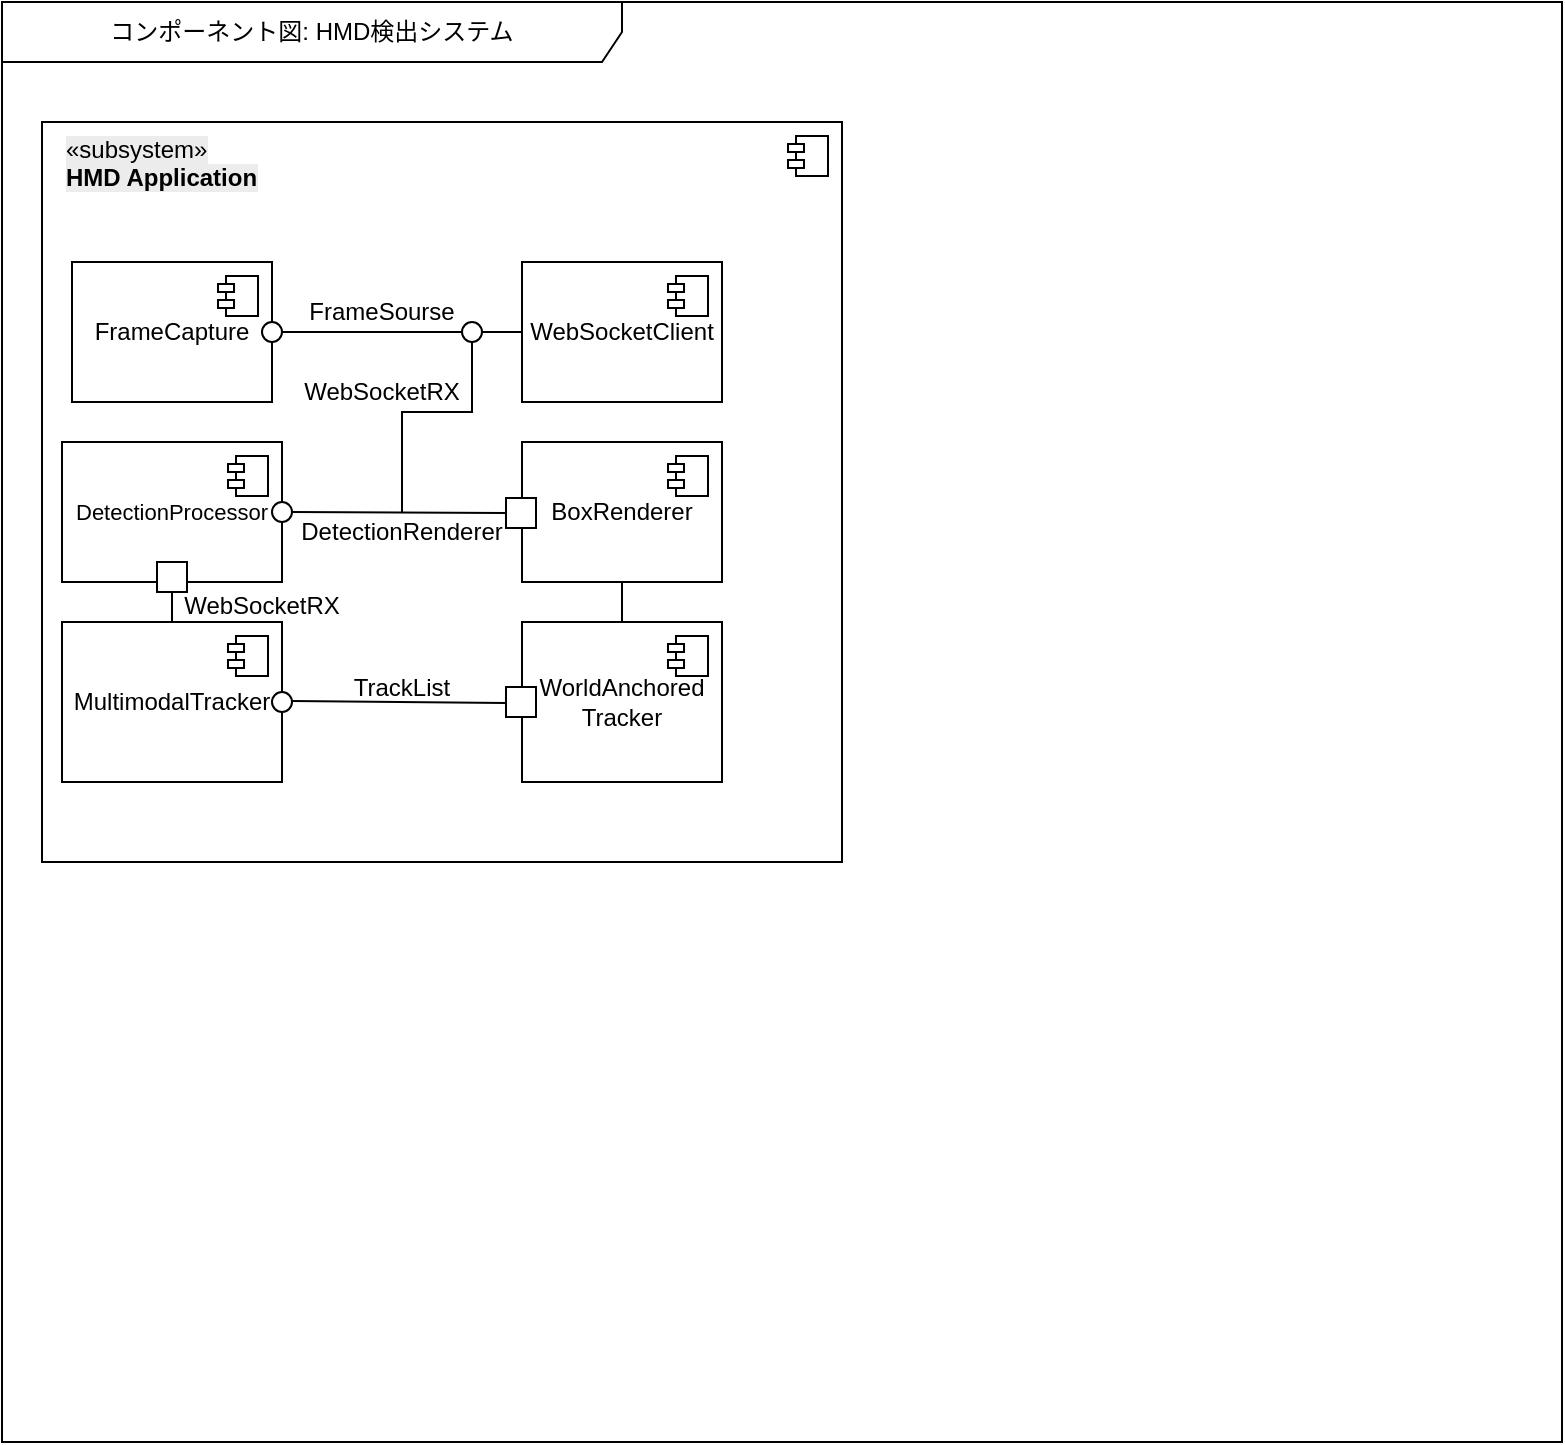
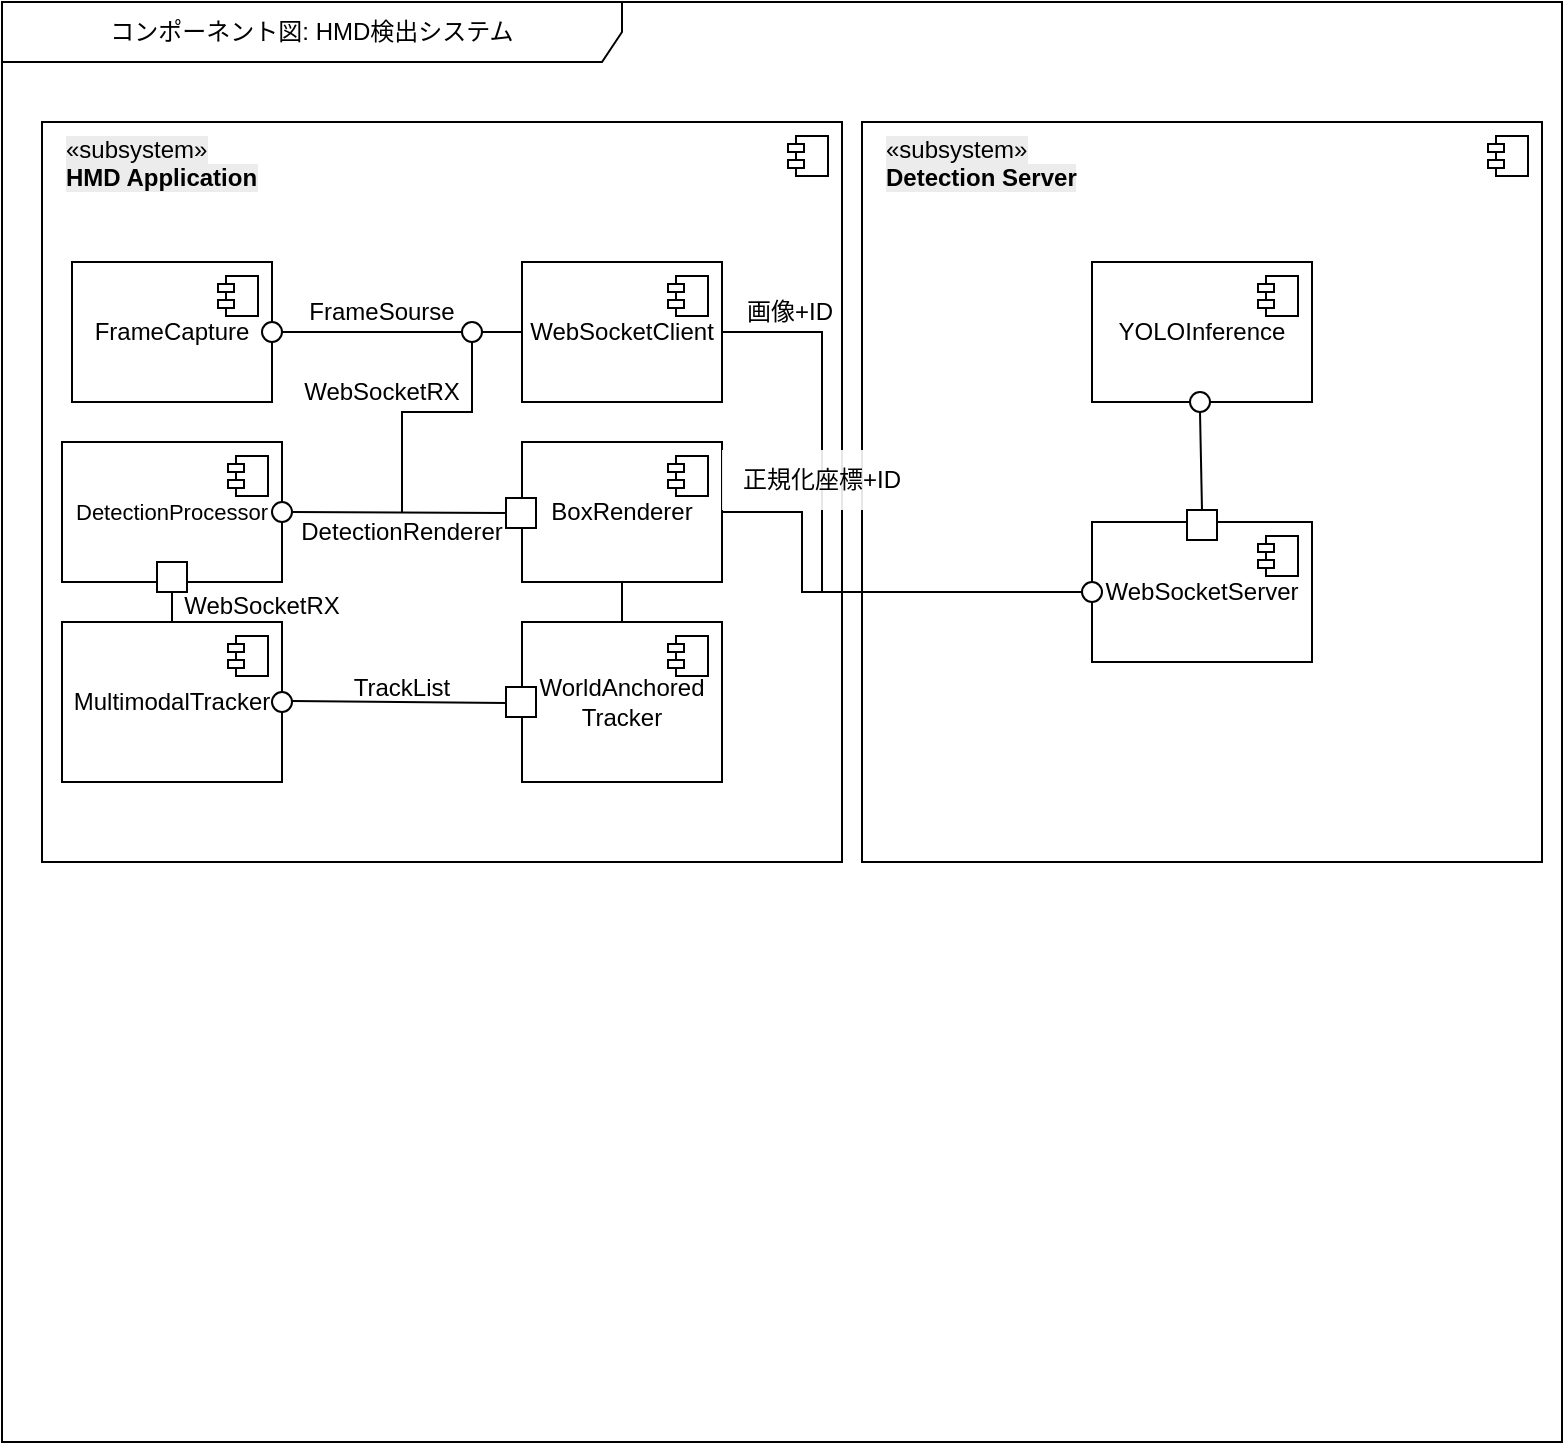
<mxfile host="app.diagrams.net">
  <diagram name="ページ-1" id="DtH6AvwE5zcW3kwFTXOg">
-     <mxGraphModel dx="970" dy="538" grid="1" gridSize="10" guides="1" tooltips="1" connect="1" arrows="1" fold="1" page="1" pageScale="1" pageWidth="827" pageHeight="1169" math="0" shadow="0">
+     <mxGraphModel dx="385" dy="214" grid="1" gridSize="10" guides="1" tooltips="1" connect="1" arrows="1" fold="1" page="1" pageScale="1" pageWidth="827" pageHeight="1169" math="0" shadow="0">
      <root>
        <mxCell id="0" />
        <mxCell id="1" parent="0" />
        <mxCell id="3QeEdlnvxezNMO2gkXxy-1" parent="1" style="shape=umlFrame;whiteSpace=wrap;html=1;pointerEvents=0;width=310;height=30;" value="コンポーネント図: HMD検出システム" vertex="1">
          <mxGeometry height="720" width="780" x="20" y="20" as="geometry" />
        </mxCell>
        <mxCell id="3QeEdlnvxezNMO2gkXxy-2" parent="1" style="html=1;dropTarget=0;whiteSpace=wrap;align=left;" value="" vertex="1">
          <mxGeometry height="370" width="400" x="40" y="80" as="geometry" />
        </mxCell>
        <mxCell id="3QeEdlnvxezNMO2gkXxy-3" parent="3QeEdlnvxezNMO2gkXxy-2" style="shape=module;jettyWidth=8;jettyHeight=4;" value="" vertex="1">
          <mxGeometry height="20" relative="1" width="20" x="1" as="geometry">
            <mxPoint x="-27" y="7" as="offset" />
          </mxGeometry>
        </mxCell>
        <mxCell id="3QeEdlnvxezNMO2gkXxy-4" parent="1" style="text;whiteSpace=wrap;html=1;" value="&lt;span&gt;&lt;span style=&quot;color: rgb(0, 0, 0); font-family: Helvetica; font-size: 12px; font-style: normal; font-variant-ligatures: normal; font-variant-caps: normal; font-weight: 400; letter-spacing: normal; orphans: 2; text-align: left; text-indent: 0px; text-transform: none; widows: 2; word-spacing: 0px; -webkit-text-stroke-width: 0px; white-space: normal; text-decoration-thickness: initial; text-decoration-style: initial; text-decoration-color: initial; float: none; display: inline !important; background-color: rgb(236, 236, 236);&quot;&gt;«subsystem»&lt;/span&gt;&lt;br style=&quot;forced-color-adjust: none; color: rgb(0, 0, 0); font-family: Helvetica; font-size: 12px; font-style: normal; font-variant-ligatures: normal; font-variant-caps: normal; font-weight: 400; letter-spacing: normal; orphans: 2; text-align: left; text-indent: 0px; text-transform: none; widows: 2; word-spacing: 0px; -webkit-text-stroke-width: 0px; white-space: normal; text-decoration-thickness: initial; text-decoration-style: initial; text-decoration-color: initial; background-color: rgb(236, 236, 236);&quot;&gt;&lt;b style=&quot;forced-color-adjust: none; color: rgb(0, 0, 0); font-family: Helvetica; font-size: 12px; font-style: normal; font-variant-ligatures: normal; font-variant-caps: normal; letter-spacing: normal; orphans: 2; text-align: left; text-indent: 0px; text-transform: none; widows: 2; word-spacing: 0px; -webkit-text-stroke-width: 0px; white-space: normal; text-decoration-thickness: initial; text-decoration-style: initial; text-decoration-color: initial; background-color: rgb(236, 236, 236);&quot;&gt;HMD Application&lt;/b&gt;&lt;/span&gt;" vertex="1">
          <mxGeometry height="50" width="130" x="50" y="80" as="geometry" />
        </mxCell>
        <mxCell id="3QeEdlnvxezNMO2gkXxy-5" parent="1" style="html=1;dropTarget=0;whiteSpace=wrap;" value="FrameCapture" vertex="1">
          <mxGeometry height="70" width="100" x="55" y="150" as="geometry" />
        </mxCell>
        <mxCell id="3QeEdlnvxezNMO2gkXxy-6" parent="3QeEdlnvxezNMO2gkXxy-5" style="shape=module;jettyWidth=8;jettyHeight=4;" value="" vertex="1">
          <mxGeometry height="20" relative="1" width="20" x="1" as="geometry">
            <mxPoint x="-27" y="7" as="offset" />
          </mxGeometry>
        </mxCell>
        <mxCell id="3QeEdlnvxezNMO2gkXxy-7" parent="1" style="html=1;dropTarget=0;whiteSpace=wrap;" value="WebSocketClient&lt;span style=&quot;color: rgba(0, 0, 0, 0); font-family: monospace; font-size: 0px; text-align: start; text-wrap-mode: nowrap;&quot;&gt;%3CmxGraphModel%3E%3Croot%3E%3CmxCell%20id%3D%220%22%2F%3E%3CmxCell%20id%3D%221%22%20parent%3D%220%22%2F%3E%3CmxCell%20id%3D%222%22%20parent%3D%221%22%20style%3D%22html%3D1%3BdropTarget%3D0%3BwhiteSpace%3Dwrap%3B%22%20value%3D%22FrameCapture%22%20vertex%3D%221%22%3E%3CmxGeometry%20height%3D%2270%22%20width%3D%22100%22%20x%3D%2250%22%20y%3D%22150%22%20as%3D%22geometry%22%2F%3E%3C%2FmxCell%3E%3CmxCell%20id%3D%223%22%20parent%3D%222%22%20style%3D%22shape%3Dmodule%3BjettyWidth%3D8%3BjettyHeight%3D4%3B%22%20value%3D%22%22%20vertex%3D%221%22%3E%3CmxGeometry%20height%3D%2220%22%20relative%3D%221%22%20width%3D%2220%22%20x%3D%221%22%20as%3D%22geometry%22%3E%3CmxPoint%20x%3D%22-27%22%20y%3D%227%22%20as%3D%22offset%22%2F%3E%3C%2FmxGeometry%3E%3C%2FmxCell%3E%3C%2Froot%3E%3C%2FmxGraphModel%3E&lt;/span&gt;&lt;span style=&quot;color: rgba(0, 0, 0, 0); font-family: monospace; font-size: 0px; text-align: start; text-wrap-mode: nowrap;&quot;&gt;%3CmxGraphModel%3E%3Croot%3E%3CmxCell%20id%3D%220%22%2F%3E%3CmxCell%20id%3D%221%22%20parent%3D%220%22%2F%3E%3CmxCell%20id%3D%222%22%20parent%3D%221%22%20style%3D%22html%3D1%3BdropTarget%3D0%3BwhiteSpace%3Dwrap%3B%22%20value%3D%22FrameCapture%22%20vertex%3D%221%22%3E%3CmxGeometry%20height%3D%2270%22%20width%3D%22100%22%20x%3D%2250%22%20y%3D%22150%22%20as%3D%22geometry%22%2F%3E%3C%2FmxCell%3E%3CmxCell%20id%3D%223%22%20parent%3D%222%22%20style%3D%22shape%3Dmodule%3BjettyWidth%3D8%3BjettyHeight%3D4%3B%22%20value%3D%22%22%20vertex%3D%221%22%3E%3CmxGeometry%20height%3D%2220%22%20relative%3D%221%22%20width%3D%2220%22%20x%3D%221%22%20as%3D%22geometry%22%3E%3CmxPoint%20x%3D%22-27%22%20y%3D%227%22%20as%3D%22offset%22%2F%3E%3C%2FmxGeometry%3E%3C%2FmxCell%3E%3C%2Froot%3E%3C%2FmxGraphModel%3E&lt;/span&gt;" vertex="1">
          <mxGeometry height="70" width="100" x="280" y="150" as="geometry" />
        </mxCell>
        <mxCell id="3QeEdlnvxezNMO2gkXxy-8" parent="3QeEdlnvxezNMO2gkXxy-7" style="shape=module;jettyWidth=8;jettyHeight=4;" value="" vertex="1">
          <mxGeometry height="20" relative="1" width="20" x="1" as="geometry">
            <mxPoint x="-27" y="7" as="offset" />
          </mxGeometry>
        </mxCell>
        <mxCell id="3QeEdlnvxezNMO2gkXxy-9" parent="1" style="html=1;dropTarget=0;whiteSpace=wrap;" value="&lt;font style=&quot;font-size: 11px;&quot;&gt;DetectionProcessor&lt;/font&gt;" vertex="1">
          <mxGeometry height="70" width="110" x="50" y="240" as="geometry" />
        </mxCell>
        <mxCell id="3QeEdlnvxezNMO2gkXxy-10" parent="3QeEdlnvxezNMO2gkXxy-9" style="shape=module;jettyWidth=8;jettyHeight=4;" value="" vertex="1">
          <mxGeometry height="20" relative="1" width="20" x="1" as="geometry">
            <mxPoint x="-27" y="7" as="offset" />
          </mxGeometry>
        </mxCell>
        <mxCell id="3QeEdlnvxezNMO2gkXxy-11" parent="1" style="html=1;dropTarget=0;whiteSpace=wrap;" value="BoxRenderer" vertex="1">
          <mxGeometry height="70" width="100" x="280" y="240" as="geometry" />
        </mxCell>
        <mxCell id="3QeEdlnvxezNMO2gkXxy-12" parent="3QeEdlnvxezNMO2gkXxy-11" style="shape=module;jettyWidth=8;jettyHeight=4;" value="" vertex="1">
          <mxGeometry height="20" relative="1" width="20" x="1" as="geometry">
            <mxPoint x="-27" y="7" as="offset" />
          </mxGeometry>
        </mxCell>
        <mxCell id="3QeEdlnvxezNMO2gkXxy-13" parent="1" style="html=1;dropTarget=0;whiteSpace=wrap;" value="MultimodalTracker" vertex="1">
          <mxGeometry height="80" width="110" x="50" y="330" as="geometry" />
        </mxCell>
        <mxCell id="3QeEdlnvxezNMO2gkXxy-14" parent="3QeEdlnvxezNMO2gkXxy-13" style="shape=module;jettyWidth=8;jettyHeight=4;" value="" vertex="1">
          <mxGeometry height="20" relative="1" width="20" x="1" as="geometry">
            <mxPoint x="-27" y="7" as="offset" />
          </mxGeometry>
        </mxCell>
        <mxCell id="3QeEdlnvxezNMO2gkXxy-15" parent="1" style="html=1;dropTarget=0;whiteSpace=wrap;" value="WorldAnchored&lt;div&gt;Tracker&lt;/div&gt;" vertex="1">
          <mxGeometry height="80" width="100" x="280" y="330" as="geometry" />
        </mxCell>
        <mxCell id="3QeEdlnvxezNMO2gkXxy-16" parent="3QeEdlnvxezNMO2gkXxy-15" style="shape=module;jettyWidth=8;jettyHeight=4;" value="" vertex="1">
          <mxGeometry height="20" relative="1" width="20" x="1" as="geometry">
            <mxPoint x="-27" y="7" as="offset" />
          </mxGeometry>
        </mxCell>
        <mxCell id="3QeEdlnvxezNMO2gkXxy-18" parent="1" style="ellipse;whiteSpace=wrap;html=1;aspect=fixed;" value="" vertex="1">
          <mxGeometry height="10" width="10" x="150" y="180" as="geometry" />
        </mxCell>
        <mxCell id="3QeEdlnvxezNMO2gkXxy-19" edge="1" parent="1" source="3QeEdlnvxezNMO2gkXxy-18" style="endArrow=none;html=1;rounded=0;exitX=1;exitY=0.5;exitDx=0;exitDy=0;entryX=0;entryY=0.5;entryDx=0;entryDy=0;" target="3QeEdlnvxezNMO2gkXxy-7" value="">
          <mxGeometry height="50" relative="1" width="50" as="geometry">
            <mxPoint x="210" y="200.90909090909088" as="sourcePoint" />
            <mxPoint x="210" y="219.09090909090912" as="targetPoint" />
          </mxGeometry>
        </mxCell>
        <mxCell id="3QeEdlnvxezNMO2gkXxy-20" parent="1" style="ellipse;whiteSpace=wrap;html=1;aspect=fixed;" value="" vertex="1">
          <mxGeometry height="10" width="10" x="155" y="270" as="geometry" />
        </mxCell>
        <mxCell id="3QeEdlnvxezNMO2gkXxy-21" parent="1" style="whiteSpace=wrap;html=1;aspect=fixed;" value="" vertex="1">
          <mxGeometry height="15" width="15" x="272" y="268" as="geometry" />
        </mxCell>
        <mxCell id="3QeEdlnvxezNMO2gkXxy-22" edge="1" parent="1" source="3QeEdlnvxezNMO2gkXxy-21" style="endArrow=none;html=1;rounded=0;entryX=1;entryY=0.5;entryDx=0;entryDy=0;exitX=0;exitY=0.5;exitDx=0;exitDy=0;" target="3QeEdlnvxezNMO2gkXxy-20" value="">
          <mxGeometry height="50" relative="1" width="50" as="geometry">
            <Array as="points" />
            <mxPoint x="310" y="330" as="sourcePoint" />
            <mxPoint x="360" y="280" as="targetPoint" />
          </mxGeometry>
        </mxCell>
        <mxCell id="3QeEdlnvxezNMO2gkXxy-23" edge="1" parent="1" style="endArrow=none;html=1;rounded=0;entryX=0.5;entryY=1;entryDx=0;entryDy=0;" value="">
          <mxGeometry height="50" relative="1" width="50" as="geometry">
            <Array as="points">
              <mxPoint x="220" y="255" />
              <mxPoint x="220" y="225" />
              <mxPoint x="255" y="225" />
            </Array>
            <mxPoint x="220" y="275" as="sourcePoint" />
            <mxPoint x="255" y="185" as="targetPoint" />
          </mxGeometry>
        </mxCell>
        <mxCell id="3QeEdlnvxezNMO2gkXxy-17" parent="1" style="ellipse;whiteSpace=wrap;html=1;aspect=fixed;" value="" vertex="1">
          <mxGeometry height="10" width="10" x="250" y="180" as="geometry" />
        </mxCell>
        <mxCell id="3QeEdlnvxezNMO2gkXxy-24" parent="1" style="whiteSpace=wrap;html=1;aspect=fixed;" value="" vertex="1">
          <mxGeometry height="15" width="15" x="97.5" y="300" as="geometry" />
        </mxCell>
        <mxCell id="3QeEdlnvxezNMO2gkXxy-25" parent="1" style="whiteSpace=wrap;html=1;aspect=fixed;" value="" vertex="1">
          <mxGeometry height="15" width="15" x="272" y="362.5" as="geometry" />
        </mxCell>
        <mxCell id="3QeEdlnvxezNMO2gkXxy-26" parent="1" style="ellipse;whiteSpace=wrap;html=1;aspect=fixed;" value="" vertex="1">
          <mxGeometry height="10" width="10" x="155" y="365" as="geometry" />
        </mxCell>
        <mxCell id="3QeEdlnvxezNMO2gkXxy-27" edge="1" parent="1" style="endArrow=none;html=1;rounded=0;entryX=1;entryY=0.5;entryDx=0;entryDy=0;exitX=0;exitY=0.5;exitDx=0;exitDy=0;" value="">
          <mxGeometry height="50" relative="1" width="50" as="geometry">
            <Array as="points" />
            <mxPoint x="272" y="370.5" as="sourcePoint" />
            <mxPoint x="165" y="369.5" as="targetPoint" />
          </mxGeometry>
        </mxCell>
        <mxCell id="3QeEdlnvxezNMO2gkXxy-28" edge="1" parent="1" source="3QeEdlnvxezNMO2gkXxy-13" style="endArrow=none;html=1;rounded=0;entryX=0.5;entryY=1;entryDx=0;entryDy=0;exitX=0.5;exitY=0;exitDx=0;exitDy=0;" target="3QeEdlnvxezNMO2gkXxy-24" value="">
          <mxGeometry height="50" relative="1" width="50" as="geometry">
            <Array as="points" />
            <mxPoint x="277" y="331" as="sourcePoint" />
            <mxPoint x="170" y="330" as="targetPoint" />
          </mxGeometry>
        </mxCell>
        <mxCell id="3QeEdlnvxezNMO2gkXxy-29" edge="1" parent="1" source="3QeEdlnvxezNMO2gkXxy-15" style="endArrow=none;html=1;rounded=0;entryX=0.5;entryY=1;entryDx=0;entryDy=0;exitX=0.5;exitY=0;exitDx=0;exitDy=0;" target="3QeEdlnvxezNMO2gkXxy-11" value="">
          <mxGeometry height="50" relative="1" width="50" as="geometry">
            <Array as="points" />
            <mxPoint x="317" y="321" as="sourcePoint" />
            <mxPoint x="210" y="320" as="targetPoint" />
          </mxGeometry>
        </mxCell>
        <mxCell id="3QeEdlnvxezNMO2gkXxy-30" parent="1" style="text;html=1;whiteSpace=wrap;strokeColor=none;fillColor=none;align=center;verticalAlign=middle;rounded=0;" value="FrameSourse" vertex="1">
          <mxGeometry height="30" width="60" x="180" y="160" as="geometry" />
        </mxCell>
        <mxCell id="3QeEdlnvxezNMO2gkXxy-31" parent="1" style="text;html=1;whiteSpace=wrap;strokeColor=none;fillColor=none;align=center;verticalAlign=middle;rounded=0;" value="WebSocketRX" vertex="1">
          <mxGeometry height="30" width="60" x="180" y="200" as="geometry" />
        </mxCell>
        <mxCell id="3QeEdlnvxezNMO2gkXxy-34" parent="1" style="text;html=1;whiteSpace=wrap;strokeColor=none;fillColor=none;align=center;verticalAlign=middle;rounded=0;" value="DetectionRenderer" vertex="1">
          <mxGeometry height="30" width="60" x="190" y="270" as="geometry" />
        </mxCell>
        <mxCell id="3QeEdlnvxezNMO2gkXxy-35" parent="1" style="text;html=1;whiteSpace=wrap;strokeColor=none;fillColor=none;align=center;verticalAlign=middle;rounded=0;" value="WebSocketRX" vertex="1">
          <mxGeometry height="30" width="60" x="120" y="307" as="geometry" />
        </mxCell>
        <mxCell id="3QeEdlnvxezNMO2gkXxy-36" parent="1" style="text;html=1;whiteSpace=wrap;strokeColor=none;fillColor=none;align=center;verticalAlign=middle;rounded=0;" value="TrackList" vertex="1">
          <mxGeometry height="30" width="60" x="190" y="347.5" as="geometry" />
        </mxCell>
+         <mxCell id="3QeEdlnvxezNMO2gkXxy-37" parent="1" style="html=1;dropTarget=0;whiteSpace=wrap;align=left;" value="&lt;mxGraphModel&gt;&lt;root&gt;&lt;mxCell id=&quot;0&quot;/&gt;&lt;mxCell id=&quot;1&quot; parent=&quot;0&quot;/&gt;&lt;mxCell id=&quot;2&quot; parent=&quot;1&quot; style=&quot;html=1;dropTarget=0;whiteSpace=wrap;&quot; value=&quot;WebSocketClient&amp;lt;span style=&amp;quot;color: rgba(0, 0, 0, 0); font-family: monospace; font-size: 0px; text-align: start; text-wrap-mode: nowrap;&amp;quot;&amp;gt;%3CmxGraphModel%3E%3Croot%3E%3CmxCell%20id%3D%220%22%2F%3E%3CmxCell%20id%3D%221%22%20parent%3D%220%22%2F%3E%3CmxCell%20id%3D%222%22%20parent%3D%221%22%20style%3D%22html%3D1%3BdropTarget%3D0%3BwhiteSpace%3Dwrap%3B%22%20value%3D%22FrameCapture%22%20vertex%3D%221%22%3E%3CmxGeometry%20height%3D%2270%22%20width%3D%22100%22%20x%3D%2250%22%20y%3D%22150%22%20as%3D%22geometry%22%2F%3E%3C%2FmxCell%3E%3CmxCell%20id%3D%223%22%20parent%3D%222%22%20style%3D%22shape%3Dmodule%3BjettyWidth%3D8%3BjettyHeight%3D4%3B%22%20value%3D%22%22%20vertex%3D%221%22%3E%3CmxGeometry%20height%3D%2220%22%20relative%3D%221%22%20width%3D%2220%22%20x%3D%221%22%20as%3D%22geometry%22%3E%3CmxPoint%20x%3D%22-27%22%20y%3D%227%22%20as%3D%22offset%22%2F%3E%3C%2FmxGeometry%3E%3C%2FmxCell%3E%3C%2Froot%3E%3C%2FmxGraphModel%3E&amp;lt;/span&amp;gt;&amp;lt;span style=&amp;quot;color: rgba(0, 0, 0, 0); font-family: monospace; font-size: 0px; text-align: start; text-wrap-mode: nowrap;&amp;quot;&amp;gt;%3CmxGraphModel%3E%3Croot%3E%3CmxCell%20id%3D%220%22%2F%3E%3CmxCell%20id%3D%221%22%20parent%3D%220%22%2F%3E%3CmxCell%20id%3D%222%22%20parent%3D%221%22%20style%3D%22html%3D1%3BdropTarget%3D0%3BwhiteSpace%3Dwrap%3B%22%20value%3D%22FrameCapture%22%20vertex%3D%221%22%3E%3CmxGeometry%20height%3D%2270%22%20width%3D%22100%22%20x%3D%2250%22%20y%3D%22150%22%20as%3D%22geometry%22%2F%3E%3C%2FmxCell%3E%3CmxCell%20id%3D%223%22%20parent%3D%222%22%20style%3D%22shape%3Dmodule%3BjettyWidth%3D8%3BjettyHeight%3D4%3B%22%20value%3D%22%22%20vertex%3D%221%22%3E%3CmxGeometry%20height%3D%2220%22%20relative%3D%221%22%20width%3D%2220%22%20x%3D%221%22%20as%3D%22geometry%22%3E%3CmxPoint%20x%3D%22-27%22%20y%3D%227%22%20as%3D%22offset%22%2F%3E%3C%2FmxGeometry%3E%3C%2FmxCell%3E%3C%2Froot%3E%3C%2FmxGraphModel%3E" vertex="1">
+           <mxGeometry height="370" width="340" x="450" y="80" as="geometry" />
+         </mxCell>
+         <mxCell id="3QeEdlnvxezNMO2gkXxy-38" parent="3QeEdlnvxezNMO2gkXxy-37" style="shape=module;jettyWidth=8;jettyHeight=4;" value="" vertex="1">
+           <mxGeometry height="20" relative="1" width="20" x="1" as="geometry">
+             <mxPoint x="-27" y="7" as="offset" />
+           </mxGeometry>
+         </mxCell>
+         <mxCell id="3QeEdlnvxezNMO2gkXxy-39" parent="1" style="text;whiteSpace=wrap;html=1;" value="&lt;span&gt;&lt;span style=&quot;color: rgb(0, 0, 0); font-family: Helvetica; font-size: 12px; font-style: normal; font-variant-ligatures: normal; font-variant-caps: normal; font-weight: 400; letter-spacing: normal; orphans: 2; text-align: left; text-indent: 0px; text-transform: none; widows: 2; word-spacing: 0px; -webkit-text-stroke-width: 0px; white-space: normal; text-decoration-thickness: initial; text-decoration-style: initial; text-decoration-color: initial; float: none; background-color: rgb(236, 236, 236); display: inline !important;&quot;&gt;«subsystem»&lt;/span&gt;&lt;br style=&quot;forced-color-adjust: none; color: rgb(0, 0, 0); font-family: Helvetica; font-size: 12px; font-style: normal; font-variant-ligatures: normal; font-variant-caps: normal; font-weight: 400; letter-spacing: normal; orphans: 2; text-align: left; text-indent: 0px; text-transform: none; widows: 2; word-spacing: 0px; -webkit-text-stroke-width: 0px; white-space: normal; text-decoration-thickness: initial; text-decoration-style: initial; text-decoration-color: initial; background-color: rgb(236, 236, 236);&quot;&gt;&lt;b style=&quot;forced-color-adjust: none; color: rgb(0, 0, 0); font-family: Helvetica; font-size: 12px; font-style: normal; font-variant-ligatures: normal; font-variant-caps: normal; letter-spacing: normal; orphans: 2; text-align: left; text-indent: 0px; text-transform: none; widows: 2; word-spacing: 0px; -webkit-text-stroke-width: 0px; white-space: normal; text-decoration-thickness: initial; text-decoration-style: initial; text-decoration-color: initial; background-color: rgb(236, 236, 236);&quot;&gt;Detection Server&lt;/b&gt;&lt;/span&gt;" vertex="1">
+           <mxGeometry height="50" width="130" x="460" y="80" as="geometry" />
+         </mxCell>
+         <mxCell id="3QeEdlnvxezNMO2gkXxy-41" parent="1" style="html=1;dropTarget=0;whiteSpace=wrap;" value="YOLOInference" vertex="1">
+           <mxGeometry height="70" width="110" x="565" y="150" as="geometry" />
+         </mxCell>
+         <mxCell id="3QeEdlnvxezNMO2gkXxy-42" parent="3QeEdlnvxezNMO2gkXxy-41" style="shape=module;jettyWidth=8;jettyHeight=4;" value="" vertex="1">
+           <mxGeometry height="20" relative="1" width="20" x="1" as="geometry">
+             <mxPoint x="-27" y="7" as="offset" />
+           </mxGeometry>
+         </mxCell>
+         <mxCell id="3QeEdlnvxezNMO2gkXxy-43" parent="1" style="html=1;dropTarget=0;whiteSpace=wrap;" value="WebSocketServer" vertex="1">
+           <mxGeometry height="70" width="110" x="565" y="280" as="geometry" />
+         </mxCell>
+         <mxCell id="3QeEdlnvxezNMO2gkXxy-44" parent="3QeEdlnvxezNMO2gkXxy-43" style="shape=module;jettyWidth=8;jettyHeight=4;" value="" vertex="1">
+           <mxGeometry height="20" relative="1" width="20" x="1" as="geometry">
+             <mxPoint x="-27" y="7" as="offset" />
+           </mxGeometry>
+         </mxCell>
+         <mxCell id="3QeEdlnvxezNMO2gkXxy-45" parent="1" style="ellipse;whiteSpace=wrap;html=1;aspect=fixed;" value="" vertex="1">
+           <mxGeometry height="10" width="10" x="614" y="215" as="geometry" />
+         </mxCell>
+         <mxCell id="3QeEdlnvxezNMO2gkXxy-46" parent="1" style="ellipse;whiteSpace=wrap;html=1;aspect=fixed;" value="" vertex="1">
+           <mxGeometry height="10" width="10" x="560" y="310" as="geometry" />
+         </mxCell>
+         <mxCell id="3QeEdlnvxezNMO2gkXxy-47" parent="1" style="whiteSpace=wrap;html=1;aspect=fixed;" value="" vertex="1">
+           <mxGeometry height="15" width="15" x="612.5" y="274" as="geometry" />
+         </mxCell>
+         <mxCell id="3QeEdlnvxezNMO2gkXxy-48" edge="1" parent="1" source="3QeEdlnvxezNMO2gkXxy-47" style="endArrow=none;html=1;rounded=0;entryX=0.5;entryY=1;entryDx=0;entryDy=0;exitX=0.5;exitY=0;exitDx=0;exitDy=0;" target="3QeEdlnvxezNMO2gkXxy-45" value="">
+           <mxGeometry height="50" relative="1" width="50" as="geometry">
+             <mxPoint x="430" y="270" as="sourcePoint" />
+             <mxPoint x="480" y="220" as="targetPoint" />
+           </mxGeometry>
+         </mxCell>
+         <mxCell id="3QeEdlnvxezNMO2gkXxy-50" edge="1" parent="1" source="3QeEdlnvxezNMO2gkXxy-46" style="endArrow=none;html=1;rounded=0;entryX=1;entryY=0.5;entryDx=0;entryDy=0;exitX=0;exitY=0.5;exitDx=0;exitDy=0;" target="3QeEdlnvxezNMO2gkXxy-7" value="">
+           <mxGeometry height="50" relative="1" width="50" as="geometry">
+             <Array as="points">
+               <mxPoint x="430" y="315" />
+               <mxPoint x="430" y="185" />
+             </Array>
+             <mxPoint x="430" y="270" as="sourcePoint" />
+             <mxPoint x="480" y="220" as="targetPoint" />
+           </mxGeometry>
+         </mxCell>
+         <mxCell id="3QeEdlnvxezNMO2gkXxy-51" edge="1" parent="1" source="3QeEdlnvxezNMO2gkXxy-11" style="endArrow=none;html=1;rounded=0;exitX=1;exitY=0.5;exitDx=0;exitDy=0;entryX=0;entryY=0.5;entryDx=0;entryDy=0;" target="3QeEdlnvxezNMO2gkXxy-46" value="">
+           <mxGeometry height="50" relative="1" width="50" as="geometry">
+             <Array as="points">
+               <mxPoint x="420" y="275" />
+               <mxPoint x="420" y="315" />
+             </Array>
+             <mxPoint x="430" y="270" as="sourcePoint" />
+             <mxPoint x="480" y="220" as="targetPoint" />
+           </mxGeometry>
+         </mxCell>
+         <mxCell id="3QeEdlnvxezNMO2gkXxy-52" parent="1" style="text;html=1;whiteSpace=wrap;strokeColor=none;fillColor=none;align=center;verticalAlign=middle;rounded=0;" value="画像+ID" vertex="1">
+           <mxGeometry height="30" width="60" x="384" y="160" as="geometry" />
+         </mxCell>
+         <mxCell id="3QeEdlnvxezNMO2gkXxy-53" parent="1" style="text;html=1;whiteSpace=wrap;strokeColor=none;fillColor=default;align=center;verticalAlign=middle;rounded=0;opacity=90;" value="正規化座標+ID" vertex="1">
+           <mxGeometry height="30" width="100" x="380" y="244" as="geometry" />
+         </mxCell>
      </root>
    </mxGraphModel>
  </diagram>
</mxfile>
